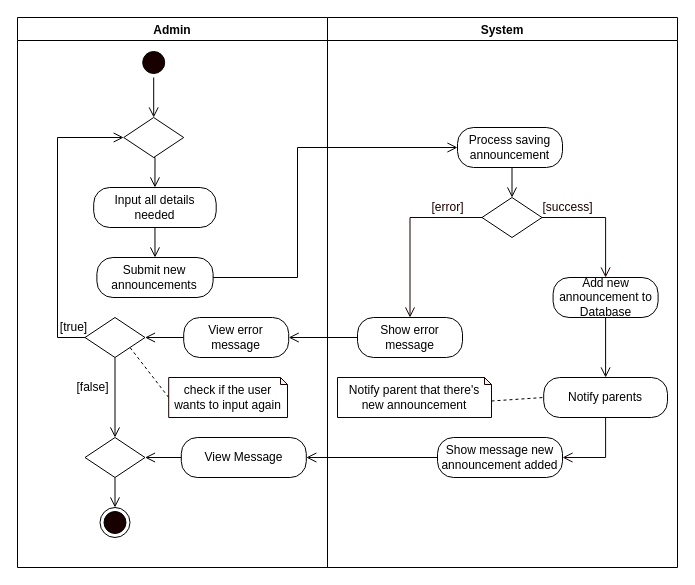
This is page "Add Announcement" (10 of 12) of REVISIONS/UML-DIAGRAMS/6-28-2021/ACTIVITY DIAGRAM/ACTIVITY DIAGRAM2.drawio from mrklglsn/CAPSTONE-FILES, a draw.io file, before an edit. Source tidied: cells renumbered, new cells numbered last; positions are measured from the earlier drawing's top-left corner, leaving out a move shared by most shapes. Both pictures are drawn from the tidied source at 100%, with x=0, y=0 at pixel (17, 17).
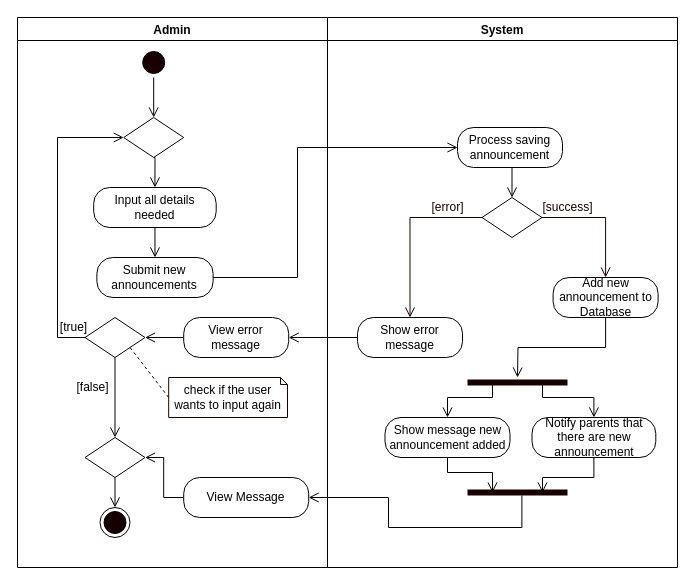
The same page after the edit.

The change refers to these unchanged cells:
```xml
<mxCell id="2" value="Admin" style="swimlane;startSize=23;" parent="1" vertex="1">
  <mxGeometry width="310" height="550" as="geometry" />
</mxCell>
<mxCell id="24" value="System" style="swimlane;" parent="1" vertex="1">
  <mxGeometry x="310" width="350" height="550" as="geometry" />
</mxCell>
<mxCell id="33" value="Add new announcement to Database" style="rounded=1;whiteSpace=wrap;html=1;arcSize=40;" parent="24" vertex="1">
  <mxGeometry x="225.6" y="260" width="105" height="40" as="geometry" />
</mxCell>
```

What changed in the source:
```diff
@@
     <mxCell id="19" value="View Message" style="rounded=1;whiteSpace=wrap;html=1;arcSize=40;" parent="2" vertex="1">
-      <mxGeometry x="163.8" y="420" width="125" height="40" as="geometry" />
+      <mxGeometry x="166.2" y="460" width="125" height="40" as="geometry" />
     </mxCell>
@@
-    <mxCell id="31" style="edgeStyle=orthogonalEdgeStyle;rounded=0;jettySize=auto;html=1;exitX=0.5;exitY=1;exitDx=0;exitDy=0;entryX=1;entryY=0.5;entryDx=0;entryDy=0;fontColor=#FFFFFF;endArrow=open;endFill=0;endSize=8;strokeColor=#190000;" parent="24" edge="1" source="37" target="36">
-      <mxGeometry relative="1" as="geometry" />
-    </mxCell>
-    <mxCell id="32" style="edgeStyle=orthogonalEdgeStyle;rounded=0;jettySize=auto;html=1;exitX=0.5;exitY=1;exitDx=0;exitDy=0;endArrow=open;endFill=0;endSize=8;" parent="24" edge="1" source="33" target="37">
-      <mxGeometry relative="1" as="geometry" />
+    <mxCell id="32" style="edgeStyle=orthogonalEdgeStyle;rounded=0;jettySize=auto;html=1;exitX=0.5;exitY=1;exitDx=0;exitDy=0;endArrow=open;endFill=0;endSize=8;" parent="24" edge="1" source="33">
+      <mxGeometry relative="1" as="geometry">
+        <mxPoint x="190" y="360" as="targetPoint" />
+      </mxGeometry>
     </mxCell>
@@
     <mxCell id="36" value="Show message new announcement added" style="rounded=1;whiteSpace=wrap;html=1;arcSize=40;" parent="24" vertex="1">
-      <mxGeometry x="110" y="420" width="125" height="40" as="geometry" />
+      <mxGeometry x="57.5" y="400" width="125" height="40" as="geometry" />
     </mxCell>
-    <mxCell id="37" value="Notify parents" style="rounded=1;whiteSpace=wrap;html=1;arcSize=40;" parent="24" vertex="1">
-      <mxGeometry x="216.2" y="360" width="123.8" height="40" as="geometry" />
+    <mxCell id="37" value="Notify parents that there are new announcement" style="rounded=1;whiteSpace=wrap;html=1;arcSize=40;" parent="24" vertex="1">
+      <mxGeometry x="204.5" y="400" width="123.8" height="40" as="geometry" />
     </mxCell>
-    <mxCell id="38" style="rounded=0;jettySize=auto;html=1;exitX=0;exitY=0;exitDx=154;exitDy=23.5;exitPerimeter=0;entryX=0;entryY=0.5;entryDx=0;entryDy=0;endArrow=none;endFill=0;endSize=8;dashed=1;" parent="24" edge="1" source="39" target="37">
-      <mxGeometry relative="1" as="geometry" />
-    </mxCell>
-    <mxCell id="39" value="Notify parent that there's new announcement" style="shape=note;whiteSpace=wrap;html=1;backgroundOutline=1;darkOpacity=0.05;strokeColor=#190000;size=7;" parent="24" vertex="1">
-      <mxGeometry x="10" y="360" width="154" height="40" as="geometry" />
-    </mxCell>
@@
-    <mxCell id="41" style="edgeStyle=orthogonalEdgeStyle;rounded=0;jettySize=auto;html=1;exitX=0;exitY=0.5;exitDx=0;exitDy=0;entryX=1;entryY=0.5;entryDx=0;entryDy=0;endArrow=open;endFill=0;endSize=8;" parent="1" edge="1" source="36" target="19">
-      <mxGeometry relative="1" as="geometry" />
+    <mxCell id="41" style="edgeStyle=orthogonalEdgeStyle;rounded=0;jettySize=auto;html=1;exitX=0.544;exitY=0.8;exitDx=0;exitDy=0;entryX=1;entryY=0.5;entryDx=0;entryDy=0;endArrow=open;endFill=0;endSize=8;exitPerimeter=0;" parent="1" edge="1" source="46" target="19">
+      <mxGeometry relative="1" as="geometry">
+        <Array as="points">
+          <mxPoint x="504" y="510" />
+          <mxPoint x="371" y="510" />
+          <mxPoint x="371" y="480" />
+        </Array>
+      </mxGeometry>
     </mxCell>
@@
+    <mxCell id="43" style="edgeStyle=orthogonalEdgeStyle;rounded=0;jettySize=auto;html=1;exitX=0.25;exitY=0.5;exitDx=0;exitDy=0;exitPerimeter=0;endArrow=open;endFill=0;endSize=8;" parent="1" edge="1" source="45" target="36">
+      <mxGeometry relative="1" as="geometry">
+        <Array as="points">
+          <mxPoint x="475" y="380" />
+          <mxPoint x="430" y="380" />
+        </Array>
+      </mxGeometry>
+    </mxCell>
+    <mxCell id="44" style="edgeStyle=orthogonalEdgeStyle;rounded=0;jettySize=auto;html=1;exitX=0.75;exitY=0.5;exitDx=0;exitDy=0;exitPerimeter=0;endArrow=open;endFill=0;endSize=8;entryX=0.5;entryY=0;entryDx=0;entryDy=0;" parent="1" edge="1" source="45" target="37">
+      <mxGeometry relative="1" as="geometry">
+        <Array as="points">
+          <mxPoint x="525" y="380" />
+          <mxPoint x="576" y="380" />
+        </Array>
+      </mxGeometry>
+    </mxCell>
+    <mxCell id="45" style="shape=line;html=1;strokeWidth=6;strokeColor=#190000;" parent="1" vertex="1">
+      <mxGeometry x="450" y="360" width="100" height="10" as="geometry" />
+    </mxCell>
+    <mxCell id="46" style="shape=line;html=1;strokeWidth=6;strokeColor=#190000;" parent="1" vertex="1">
+      <mxGeometry x="450" y="470" width="100" height="10" as="geometry" />
+    </mxCell>
+    <mxCell id="47" style="edgeStyle=orthogonalEdgeStyle;rounded=0;jettySize=auto;html=1;exitX=0.5;exitY=1;exitDx=0;exitDy=0;endArrow=open;endFill=0;endSize=8;entryX=0.25;entryY=0.5;entryDx=0;entryDy=0;entryPerimeter=0;" parent="1" edge="1" source="36" target="46">
+      <mxGeometry relative="1" as="geometry">
+        <Array as="points">
+          <mxPoint x="430" y="455" />
+          <mxPoint x="475" y="455" />
+        </Array>
+      </mxGeometry>
+    </mxCell>
+    <mxCell id="48" style="edgeStyle=orthogonalEdgeStyle;rounded=0;jettySize=auto;html=1;exitX=0.5;exitY=1;exitDx=0;exitDy=0;entryX=0.75;entryY=0.5;entryDx=0;entryDy=0;entryPerimeter=0;endArrow=open;endFill=0;endSize=8;" parent="1" edge="1" source="37" target="46">
+      <mxGeometry relative="1" as="geometry" />
+    </mxCell>
```
